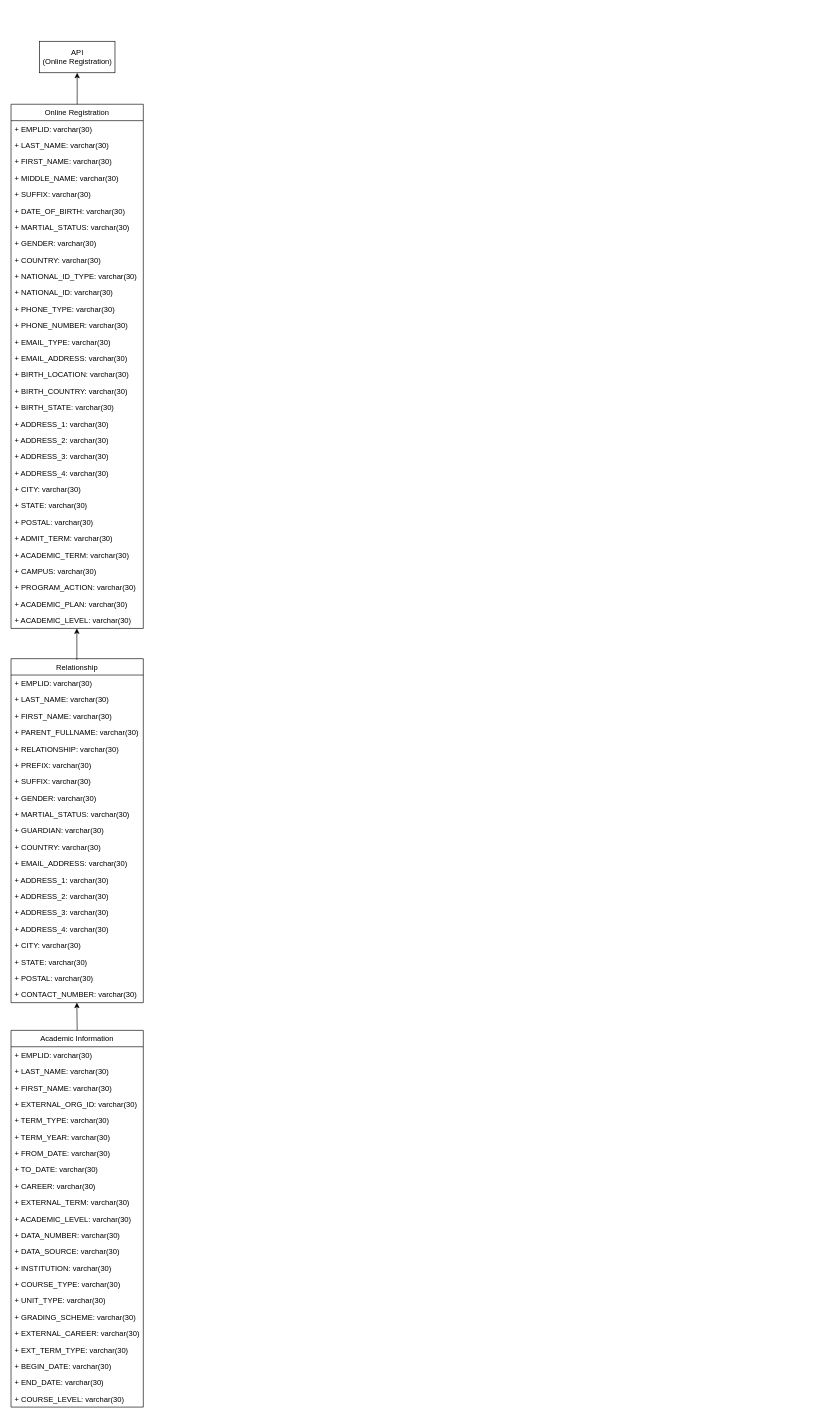
This is page "Page-3" (2 of 2) of Untitled Diagram.drawio from masterdeans/danidean, a draw.io file, before an edit. Source tidied: cells renumbered, new cells numbered last; positions are measured from the earlier drawing's top-left corner, leaving out a move shared by most shapes. Both pictures are drawn from the tidied source at 63%, with x=0, y=0 at pixel (11, 41).
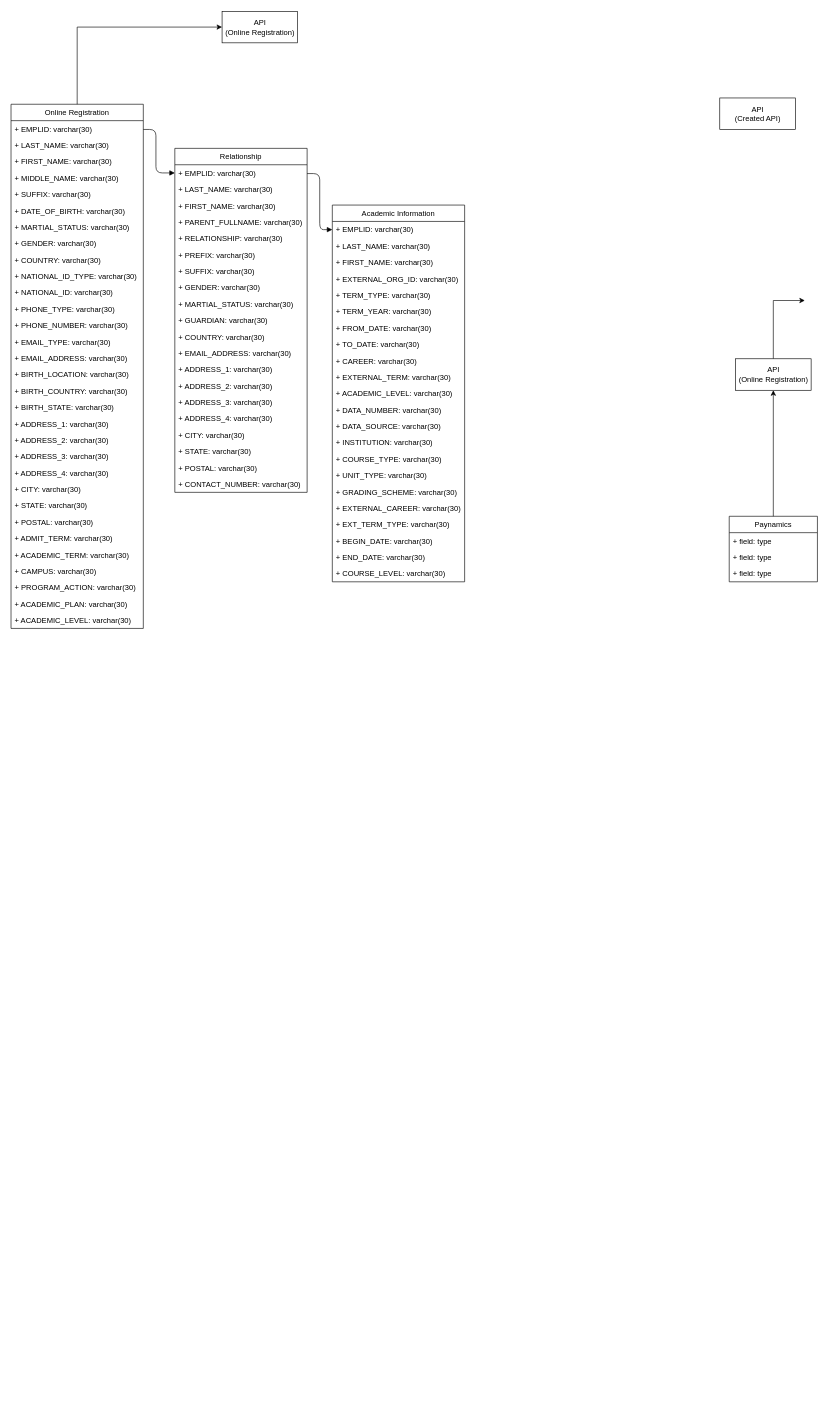
After the change.

The change refers to these unchanged cells:
```xml
<mxCell id="3" value="Online Registration" style="swimlane;fontStyle=0;horizontal=1;startSize=26;fillColor=none;" parent="1" vertex="1">
  <mxGeometry y="100" width="210" height="832" as="geometry" />
</mxCell>
<mxCell id="37" value="+ EMPLID: varchar(30)" style="text;strokeColor=none;fillColor=none;align=left;verticalAlign=top;spacingLeft=4;spacingRight=4;overflow=hidden;points=[[0,0.5],[1,0.5]];portConstraint=eastwest;" parent="36" vertex="1">
  <mxGeometry y="26" width="210" height="26" as="geometry" />
</mxCell>
<mxCell id="58" value="+ EMPLID: varchar(30)" style="text;strokeColor=none;fillColor=none;align=left;verticalAlign=top;spacingLeft=4;spacingRight=4;overflow=hidden;points=[[0,0.5],[1,0.5]];portConstraint=eastwest;" parent="57" vertex="1">
  <mxGeometry y="26" width="210" height="26" as="geometry" />
</mxCell>
```

The edit, as a diff of the source:
```diff
@@
-    <mxCell id="2" style="edgeStyle=orthogonalEdgeStyle;rounded=0;jettySize=auto;html=1;exitX=0.5;exitY=0;exitDx=0;exitDy=0;" parent="1" edge="1" source="3">
-      <mxGeometry relative="1" as="geometry">
-        <mxPoint x="105" y="50" as="targetPoint" />
-      </mxGeometry>
+    <mxCell id="2" style="edgeStyle=orthogonalEdgeStyle;rounded=0;jettySize=auto;html=1;exitX=0.5;exitY=0;exitDx=0;exitDy=0;entryX=0;entryY=0.5;entryDx=0;entryDy=0;" parent="1" edge="1" source="3" target="35">
+      <mxGeometry relative="1" as="geometry" />
     </mxCell>
@@
     <mxCell id="35" value="API&lt;br&gt;(Online Registration)" style="html=1;" parent="1" vertex="1">
-      <mxGeometry x="45" width="120" height="50" as="geometry" />
+      <mxGeometry x="335" y="-47.5" width="120" height="50" as="geometry" />
     </mxCell>
     <mxCell id="36" value="Relationship" style="swimlane;fontStyle=0;horizontal=1;startSize=26;fillColor=none;" parent="1" vertex="1">
-      <mxGeometry y="980" width="210" height="546" as="geometry" />
+      <mxGeometry x="260" y="170" width="210" height="546" as="geometry" />
     </mxCell>
@@
+    <mxCell id="82" style="edgeStyle=orthogonalEdgeStyle;rounded=0;jettySize=auto;html=1;entryX=0.5;entryY=1;entryDx=0;entryDy=0;" parent="1" edge="1" source="88" target="85">
+      <mxGeometry relative="1" as="geometry" />
+    </mxCell>
+    <mxCell id="83" value="API&lt;br&gt;(Created API)" style="html=1;" parent="1" vertex="1">
+      <mxGeometry x="1125" y="90" width="120" height="50" as="geometry" />
+    </mxCell>
+    <mxCell id="84" style="edgeStyle=orthogonalEdgeStyle;rounded=0;jettySize=auto;html=1;entryX=0;entryY=0.75;entryDx=0;entryDy=0;exitX=0.5;exitY=0;exitDx=0;exitDy=0;" parent="1" edge="1" source="85">
+      <mxGeometry relative="1" as="geometry">
+        <mxPoint x="1260" y="411.5" as="targetPoint" />
+        <Array as="points">
+          <mxPoint x="1210" y="411" />
+        </Array>
+      </mxGeometry>
+    </mxCell>
+    <mxCell id="85" value="API&lt;br&gt;(Online Registration)" style="html=1;" parent="1" vertex="1">
+      <mxGeometry x="1150" y="504" width="120" height="50" as="geometry" />
+    </mxCell>
     <mxCell id="57" value="Academic Information" style="swimlane;fontStyle=0;horizontal=1;startSize=26;fillColor=none;" parent="1" vertex="1">
-      <mxGeometry y="1570" width="210" height="598" as="geometry" />
+      <mxGeometry x="510" y="260" width="210" height="598" as="geometry" />
     </mxCell>
@@
-    <mxCell id="80" style="edgeStyle=orthogonalEdgeStyle;rounded=0;orthogonalLoop=1;jettySize=auto;html=1;exitX=0.5;exitY=0;exitDx=0;exitDy=0;" parent="1" edge="1">
-      <mxGeometry relative="1" as="geometry">
-        <mxPoint x="104.5" y="982" as="sourcePoint" />
-        <mxPoint x="104.5" y="932" as="targetPoint" />
-      </mxGeometry>
-    </mxCell>
-    <mxCell id="81" style="edgeStyle=orthogonalEdgeStyle;rounded=0;jettySize=auto;html=1;exitX=0.5;exitY=0;exitDx=0;exitDy=0;" parent="1" edge="1" source="57">
-      <mxGeometry relative="1" as="geometry">
-        <mxPoint x="104.5" y="1526" as="targetPoint" />
-      </mxGeometry>
-    </mxCell>
+    <mxCell id="86" style="html=1;verticalAlign=bottom;endArrow=block;entryX=0;entryY=0.5;entryDx=0;entryDy=0;" parent="1" edge="1" target="37">
+      <mxGeometry x="0.25" y="20" relative="1" as="geometry">
+        <mxPoint x="210" y="140" as="sourcePoint" />
+        <Array as="points">
+          <mxPoint x="230" y="140" />
+          <mxPoint x="230" y="209" />
+        </Array>
+      </mxGeometry>
+    </mxCell>
+    <mxCell id="87" style="html=1;verticalAlign=bottom;endArrow=block;entryX=0;entryY=0.5;entryDx=0;entryDy=0;" parent="1" edge="1" target="58">
+      <mxGeometry x="0.25" y="20" relative="1" as="geometry">
+        <mxPoint x="470" y="210" as="sourcePoint" />
+        <Array as="points">
+          <mxPoint x="490" y="210" />
+          <mxPoint x="490" y="299" />
+        </Array>
+      </mxGeometry>
+    </mxCell>
+    <mxCell id="88" value="Paynamics" style="swimlane;fontStyle=0;horizontal=1;startSize=26;fillColor=none;" parent="1" vertex="1">
+      <mxGeometry x="1140" y="754" width="140" height="104" as="geometry" />
+    </mxCell>
+    <mxCell id="89" value="+ field: type" style="text;strokeColor=none;fillColor=none;align=left;verticalAlign=top;spacingLeft=4;spacingRight=4;overflow=hidden;" parent="88" vertex="1">
+      <mxGeometry y="26" width="140" height="26" as="geometry" />
+    </mxCell>
+    <mxCell id="90" value="+ field: type" style="text;strokeColor=none;fillColor=none;align=left;verticalAlign=top;spacingLeft=4;spacingRight=4;overflow=hidden;" parent="88" vertex="1">
+      <mxGeometry y="52" width="140" height="26" as="geometry" />
+    </mxCell>
+    <mxCell id="91" value="+ field: type" style="text;strokeColor=none;fillColor=none;align=left;verticalAlign=top;spacingLeft=4;spacingRight=4;overflow=hidden;" parent="88" vertex="1">
+      <mxGeometry y="78" width="140" height="26" as="geometry" />
+    </mxCell>
```
